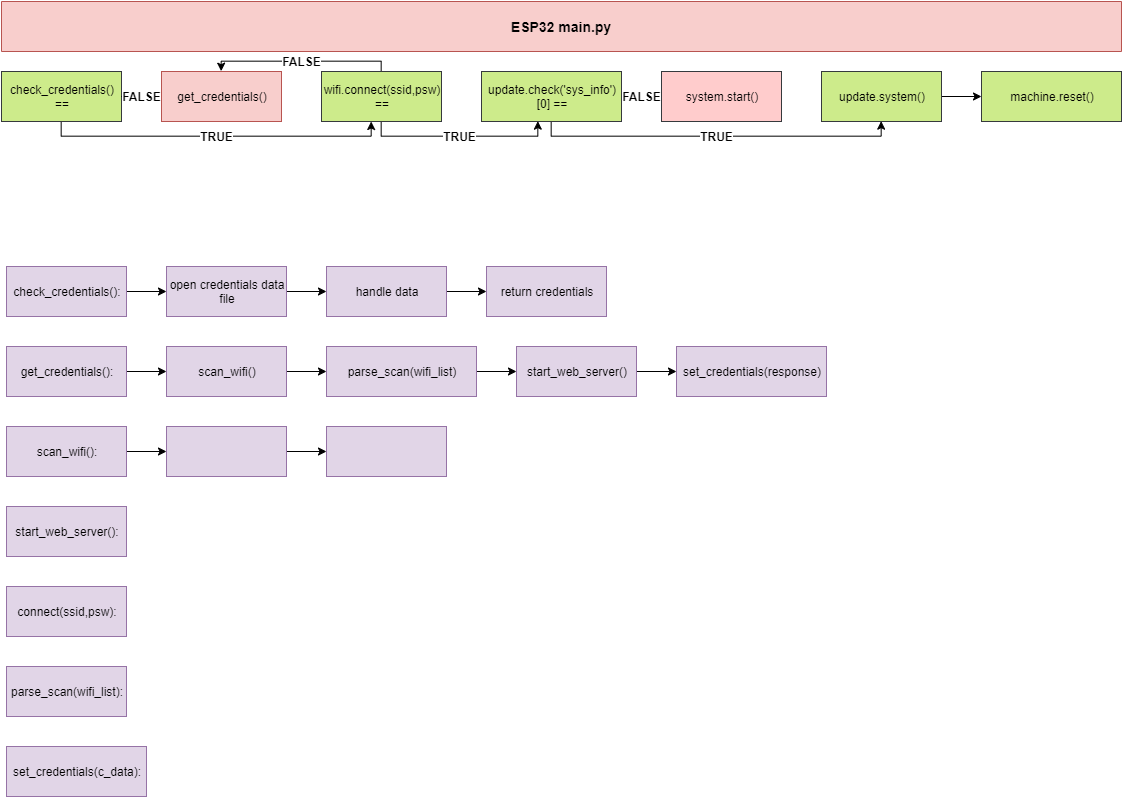
Before: img/esp_structure.png, a diagram exported from draw.io (marsex/esp_structure). Source tidied: cells renumbered, new cells last; positions are measured from the earlier drawing's top-left corner, leaving out a move shared by most shapes.
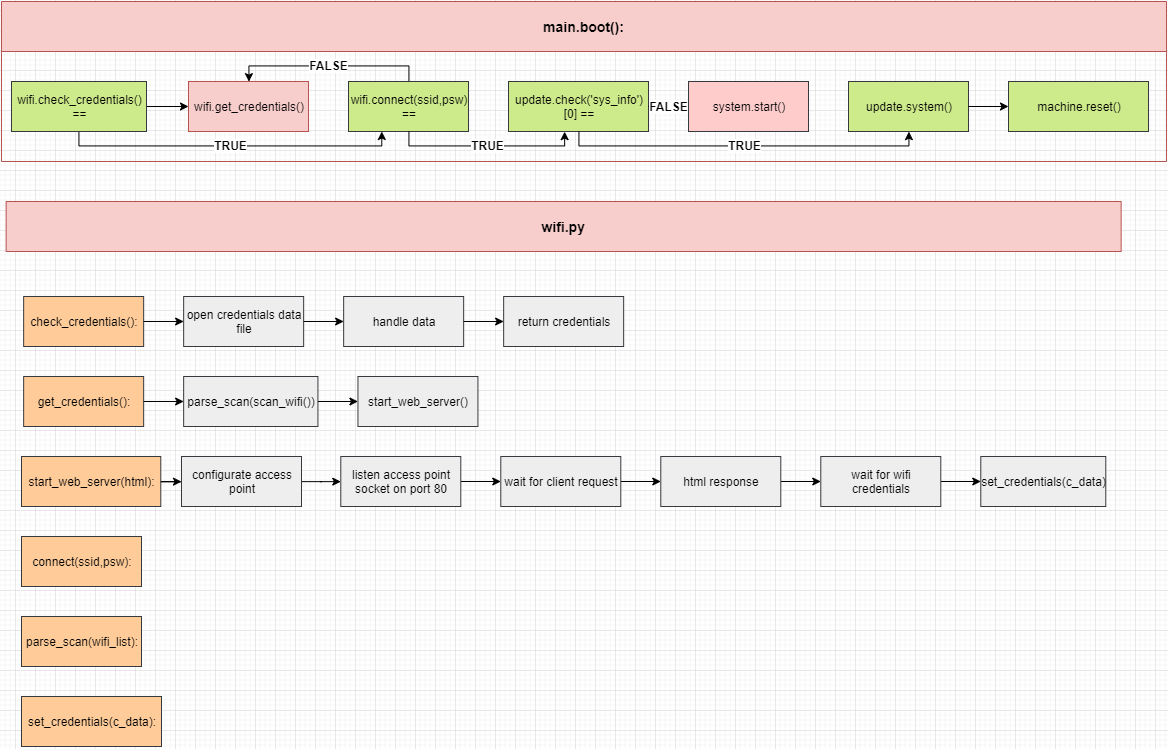
The same diagram one commit later.

What changed in the source:
```diff
@@ -2,148 +2,160 @@
   <root>
     <mxCell id="0" />
     <mxCell id="1" parent="0" />
-    <mxCell id="2" value="ESP32 main.py" style="swimlane;strokeColor=#b85450;fillColor=#f8cecc;fontSize=14;startSize=50;flipH=1;" parent="1" vertex="1">
-      <mxGeometry width="1120" height="50" as="geometry" />
+    <mxCell id="2" value="main.boot():" style="swimlane;strokeColor=#b85450;fillColor=#f8cecc;fontSize=14;startSize=50;flipH=1;" parent="1" vertex="1">
+      <mxGeometry x="-230" y="-45" width="1165" height="160" as="geometry" />
     </mxCell>
-    <mxCell id="3" value="get_credentials()" style="rounded=0;whiteSpace=wrap;html=1;fillColor=#f8cecc;strokeColor=#b85450;" parent="1" vertex="1">
-      <mxGeometry x="160" y="70" width="120" height="50" as="geometry" />
+    <mxCell id="3" value="wifi.get_credentials()" style="rounded=0;whiteSpace=wrap;html=1;fillColor=#f8cecc;strokeColor=#b85450;" parent="2" vertex="1">
+      <mxGeometry x="187" y="80" width="120" height="50" as="geometry" />
     </mxCell>
-    <mxCell id="4" value="&lt;b&gt;FALSE&lt;/b&gt;" style="edgeStyle=orthogonalEdgeStyle;rounded=0;jettySize=auto;html=1;exitX=0.5;exitY=0;exitDx=0;exitDy=0;entryX=0.5;entryY=0;entryDx=0;entryDy=0;fontSize=12;fontColor=#000000;" parent="1" edge="1" source="6" target="3">
+    <mxCell id="4" value="&lt;b&gt;FALSE&lt;/b&gt;" style="edgeStyle=orthogonalEdgeStyle;rounded=0;jettySize=auto;html=1;exitX=0.5;exitY=0;exitDx=0;exitDy=0;entryX=0.5;entryY=0;entryDx=0;entryDy=0;fontSize=12;fontColor=#000000;" parent="2" edge="1" source="6" target="3">
       <mxGeometry relative="1" as="geometry">
         <Array as="points">
-          <mxPoint x="380" y="60" />
-          <mxPoint x="220" y="60" />
+          <mxPoint x="407" y="65" />
+          <mxPoint x="247" y="65" />
         </Array>
       </mxGeometry>
     </mxCell>
+    <mxCell id="6" value="wifi.connect(ssid,psw)&lt;br&gt;==" style="rounded=0;whiteSpace=wrap;html=1;fillColor=#cdeb8b;strokeColor=#36393d;" parent="2" vertex="1">
+      <mxGeometry x="347" y="80" width="120" height="50" as="geometry" />
+    </mxCell>
+    <mxCell id="10" value="update.check('sys_info')[0] ==" style="rounded=0;whiteSpace=wrap;html=1;fillColor=#cdeb8b;strokeColor=#36393d;" parent="2" vertex="1">
+      <mxGeometry x="507" y="80" width="140" height="50" as="geometry" />
+    </mxCell>
-    <mxCell id="5" value="&lt;b&gt;TRUE&lt;/b&gt;" style="edgeStyle=orthogonalEdgeStyle;rounded=0;jettySize=auto;html=1;exitX=0.5;exitY=1;exitDx=0;exitDy=0;entryX=0.404;entryY=1;entryDx=0;entryDy=0;fontSize=12;fontColor=#000000;entryPerimeter=0;" parent="1" edge="1" source="6" target="10">
+    <mxCell id="5" value="&lt;b&gt;TRUE&lt;/b&gt;" style="edgeStyle=orthogonalEdgeStyle;rounded=0;jettySize=auto;html=1;exitX=0.5;exitY=1;exitDx=0;exitDy=0;entryX=0.404;entryY=1;entryDx=0;entryDy=0;fontSize=12;fontColor=#000000;entryPerimeter=0;" parent="2" edge="1" source="6" target="10">
       <mxGeometry relative="1" as="geometry">
         <Array as="points">
-          <mxPoint x="380" y="135" />
-          <mxPoint x="537" y="135" />
+          <mxPoint x="407" y="145" />
+          <mxPoint x="564" y="145" />
         </Array>
       </mxGeometry>
     </mxCell>
-    <mxCell id="6" value="wifi.connect(ssid,psw)&lt;br&gt;==" style="rounded=0;whiteSpace=wrap;html=1;fillColor=#cdeb8b;strokeColor=#36393d;" parent="1" vertex="1">
-      <mxGeometry x="320" y="70" width="120" height="50" as="geometry" />
-    </mxCell>
-    <mxCell id="7" value="TRUE" style="edgeStyle=orthogonalEdgeStyle;rounded=0;jettySize=auto;html=1;exitX=0.5;exitY=1;exitDx=0;exitDy=0;entryX=0.5;entryY=1;entryDx=0;entryDy=0;fontSize=12;fontColor=#000000;fontStyle=1;" parent="1" edge="1" source="10" target="13">
-      <mxGeometry relative="1" as="geometry">
-        <Array as="points">
-          <mxPoint x="550" y="135" />
-          <mxPoint x="880" y="135" />
-        </Array>
-      </mxGeometry>
-    </mxCell>
+    <mxCell id="11" value="system.start()" style="rounded=0;whiteSpace=wrap;html=1;fillColor=#ffcccc;strokeColor=#36393d;" parent="2" vertex="1">
+      <mxGeometry x="687" y="80" width="120" height="50" as="geometry" />
+    </mxCell>
-    <mxCell id="8" style="edgeStyle=orthogonalEdgeStyle;rounded=0;jettySize=auto;html=1;exitX=1;exitY=0.5;exitDx=0;exitDy=0;fontSize=12;fontColor=#000000;" parent="1" edge="1" source="10" target="11">
+    <mxCell id="8" style="edgeStyle=orthogonalEdgeStyle;rounded=0;jettySize=auto;html=1;exitX=1;exitY=0.5;exitDx=0;exitDy=0;fontSize=12;fontColor=#000000;" parent="2" edge="1" source="10" target="11">
       <mxGeometry relative="1" as="geometry" />
     </mxCell>
-    <mxCell id="9" value="&lt;b&gt;FALSE&lt;/b&gt;" style="edgeStyle=orthogonalEdgeStyle;rounded=0;jettySize=auto;html=1;fontSize=12;fontColor=#000000;" parent="1" edge="1" source="10" target="11">
+    <mxCell id="9" value="&lt;b&gt;FALSE&lt;/b&gt;" style="edgeStyle=orthogonalEdgeStyle;rounded=0;jettySize=auto;html=1;fontSize=12;fontColor=#000000;" parent="2" edge="1" source="10" target="11">
       <mxGeometry relative="1" as="geometry" />
     </mxCell>
-    <mxCell id="10" value="update.check('sys_info')[0] ==" style="rounded=0;whiteSpace=wrap;html=1;fillColor=#cdeb8b;strokeColor=#36393d;" parent="1" vertex="1">
-      <mxGeometry x="480" y="70" width="140" height="50" as="geometry" />
-    </mxCell>
-    <mxCell id="11" value="system.start()" style="rounded=0;whiteSpace=wrap;html=1;fillColor=#ffcccc;strokeColor=#36393d;" parent="1" vertex="1">
-      <mxGeometry x="660" y="70" width="120" height="50" as="geometry" />
-    </mxCell>
+    <mxCell id="13" value="update.system()" style="rounded=0;whiteSpace=wrap;html=1;fillColor=#cdeb8b;strokeColor=#36393d;" parent="2" vertex="1">
+      <mxGeometry x="847" y="80" width="120" height="50" as="geometry" />
+    </mxCell>
+    <mxCell id="7" value="TRUE" style="edgeStyle=orthogonalEdgeStyle;rounded=0;jettySize=auto;html=1;exitX=0.5;exitY=1;exitDx=0;exitDy=0;entryX=0.5;entryY=1;entryDx=0;entryDy=0;fontSize=12;fontColor=#000000;fontStyle=1;" parent="2" edge="1" source="10" target="13">
+      <mxGeometry relative="1" as="geometry">
+        <Array as="points">
+          <mxPoint x="577" y="145" />
+          <mxPoint x="907" y="145" />
+        </Array>
+      </mxGeometry>
+    </mxCell>
+    <mxCell id="14" value="machine.reset()" style="rounded=0;whiteSpace=wrap;html=1;fillColor=#cdeb8b;strokeColor=#36393d;" parent="2" vertex="1">
+      <mxGeometry x="1007" y="80" width="140" height="50" as="geometry" />
+    </mxCell>
-    <mxCell id="12" style="edgeStyle=orthogonalEdgeStyle;rounded=0;jettySize=auto;html=1;fontSize=12;fontColor=#000000;" parent="1" edge="1" source="13" target="14">
+    <mxCell id="12" style="edgeStyle=orthogonalEdgeStyle;rounded=0;jettySize=auto;html=1;fontSize=12;fontColor=#000000;" parent="2" edge="1" source="13" target="14">
       <mxGeometry relative="1" as="geometry" />
     </mxCell>
-    <mxCell id="13" value="update.system()" style="rounded=0;whiteSpace=wrap;html=1;fillColor=#cdeb8b;strokeColor=#36393d;" parent="1" vertex="1">
-      <mxGeometry x="820" y="70" width="120" height="50" as="geometry" />
-    </mxCell>
-    <mxCell id="14" value="machine.reset()" style="rounded=0;whiteSpace=wrap;html=1;fillColor=#cdeb8b;strokeColor=#36393d;" parent="1" vertex="1">
-      <mxGeometry x="980" y="70" width="140" height="50" as="geometry" />
-    </mxCell>
-    <mxCell id="15" value="TRUE" style="edgeStyle=orthogonalEdgeStyle;rounded=0;jettySize=auto;html=1;exitX=0.5;exitY=1;exitDx=0;exitDy=0;fontColor=#000000;fontStyle=1;fontSize=12;" parent="1" edge="1" source="16" target="6">
+    <mxCell id="15" value="TRUE" style="edgeStyle=orthogonalEdgeStyle;rounded=0;jettySize=auto;html=1;exitX=0.5;exitY=1;exitDx=0;exitDy=0;fontColor=#000000;fontStyle=1;fontSize=12;" parent="2" edge="1" source="16" target="6">
       <mxGeometry relative="1" as="geometry">
         <Array as="points">
-          <mxPoint x="60" y="135" />
-          <mxPoint x="370" y="135" />
+          <mxPoint x="77" y="145" />
+          <mxPoint x="380" y="145" />
         </Array>
       </mxGeometry>
     </mxCell>
+    <mxCell id="17" style="edgeStyle=orthogonalEdgeStyle;rounded=0;jettySize=auto;html=1;fontSize=12;fontColor=#000000;" parent="2" edge="1" source="16" target="3">
+      <mxGeometry relative="1" as="geometry" />
+    </mxCell>
-    <mxCell id="16" value="check_credentials() ==" style="rounded=0;whiteSpace=wrap;html=1;fillColor=#cdeb8b;strokeColor=#36393d;" parent="1" vertex="1">
-      <mxGeometry y="70" width="120" height="50" as="geometry" />
+    <mxCell id="16" value="wifi.check_credentials() ==" style="rounded=0;whiteSpace=wrap;html=1;fillColor=#cdeb8b;strokeColor=#36393d;" parent="2" vertex="1">
+      <mxGeometry x="10" y="80" width="135" height="50" as="geometry" />
     </mxCell>
-    <mxCell id="17" value="FALSE" style="edgeStyle=orthogonalEdgeStyle;rounded=0;jettySize=auto;html=1;fontStyle=1;fontSize=12;" parent="1" edge="1" source="16" target="3">
-      <mxGeometry relative="1" as="geometry" />
-    </mxCell>
+    <mxCell id="43" value="wifi.py" style="swimlane;strokeColor=#b85450;fillColor=#f8cecc;fontSize=14;startSize=50;flipH=1;" parent="1" vertex="1">
+      <mxGeometry x="-225.3" y="155" width="1115" height="50" as="geometry" />
+    </mxCell>
-    <mxCell id="18" value="start_web_server():" style="rounded=0;whiteSpace=wrap;html=1;fillColor=#e1d5e7;strokeColor=#9673a6;" parent="1" vertex="1">
-      <mxGeometry x="5" y="505" width="120" height="50" as="geometry" />
+    <mxCell id="18" value="start_web_server(html):" style="rounded=0;whiteSpace=wrap;html=1;fillColor=#ffcc99;strokeColor=#36393d;" parent="1" vertex="1">
+      <mxGeometry x="-210" y="410" width="139.3" height="50" as="geometry" />
     </mxCell>
+    <mxCell id="20" value="check_credentials():" style="rounded=0;whiteSpace=wrap;html=1;fillColor=#ffcc99;strokeColor=#36393d;" parent="1" vertex="1">
+      <mxGeometry x="-207.8" y="250" width="120" height="50" as="geometry" />
+    </mxCell>
+    <mxCell id="22" value="open credentials data file" style="rounded=0;whiteSpace=wrap;html=1;fillColor=#eeeeee;strokeColor=#36393d;" parent="1" vertex="1">
+      <mxGeometry x="-47.8" y="250" width="120" height="50" as="geometry" />
+    </mxCell>
     <mxCell id="19" style="edgeStyle=orthogonalEdgeStyle;rounded=0;jettySize=auto;html=1;fontColor=#000000;" parent="1" edge="1" source="20" target="22">
       <mxGeometry relative="1" as="geometry" />
     </mxCell>
-    <mxCell id="20" value="check_credentials():" style="rounded=0;whiteSpace=wrap;html=1;fillColor=#e1d5e7;strokeColor=#9673a6;" parent="1" vertex="1">
-      <mxGeometry x="5" y="265" width="120" height="50" as="geometry" />
-    </mxCell>
+    <mxCell id="24" value="handle data" style="rounded=0;whiteSpace=wrap;html=1;fillColor=#eeeeee;strokeColor=#36393d;" parent="1" vertex="1">
+      <mxGeometry x="112.1" y="250" width="120" height="50" as="geometry" />
+    </mxCell>
     <mxCell id="21" style="edgeStyle=orthogonalEdgeStyle;rounded=0;jettySize=auto;html=1;fontColor=#000000;" parent="1" edge="1" source="22" target="24">
       <mxGeometry relative="1" as="geometry" />
     </mxCell>
-    <mxCell id="22" value="open credentials data file" style="rounded=0;whiteSpace=wrap;html=1;fillColor=#e1d5e7;strokeColor=#9673a6;" parent="1" vertex="1">
-      <mxGeometry x="165" y="265" width="120" height="50" as="geometry" />
-    </mxCell>
+    <mxCell id="25" value="return credentials" style="rounded=0;whiteSpace=wrap;html=1;fillColor=#eeeeee;strokeColor=#36393d;" parent="1" vertex="1">
+      <mxGeometry x="272.2" y="250" width="120" height="50" as="geometry" />
+    </mxCell>
     <mxCell id="23" style="edgeStyle=orthogonalEdgeStyle;rounded=0;jettySize=auto;html=1;exitX=1;exitY=0.5;exitDx=0;exitDy=0;entryX=0;entryY=0.5;entryDx=0;entryDy=0;fontColor=#000000;" parent="1" edge="1" source="24" target="25">
       <mxGeometry relative="1" as="geometry" />
     </mxCell>
-    <mxCell id="24" value="handle data" style="rounded=0;whiteSpace=wrap;html=1;fillColor=#e1d5e7;strokeColor=#9673a6;" parent="1" vertex="1">
-      <mxGeometry x="325" y="265" width="120" height="50" as="geometry" />
-    </mxCell>
-    <mxCell id="25" value="return credentials" style="rounded=0;whiteSpace=wrap;html=1;fillColor=#e1d5e7;strokeColor=#9673a6;" parent="1" vertex="1">
-      <mxGeometry x="485" y="265" width="120" height="50" as="geometry" />
-    </mxCell>
-    <mxCell id="26" style="edgeStyle=orthogonalEdgeStyle;rounded=0;jettySize=auto;html=1;fontColor=#000000;" parent="1" edge="1" source="27" target="29">
-      <mxGeometry relative="1" as="geometry" />
-    </mxCell>
-    <mxCell id="27" value="scan_wifi():" style="rounded=0;whiteSpace=wrap;html=1;fillColor=#e1d5e7;strokeColor=#9673a6;" parent="1" vertex="1">
-      <mxGeometry x="5" y="425" width="120" height="50" as="geometry" />
-    </mxCell>
-    <mxCell id="28" style="edgeStyle=orthogonalEdgeStyle;rounded=0;jettySize=auto;html=1;fontColor=#000000;" parent="1" edge="1" source="29" target="30">
-      <mxGeometry relative="1" as="geometry" />
-    </mxCell>
-    <mxCell id="29" style="rounded=0;whiteSpace=wrap;html=1;fillColor=#e1d5e7;strokeColor=#9673a6;" parent="1" vertex="1">
-      <mxGeometry x="165" y="425" width="120" height="50" as="geometry" />
-    </mxCell>
-    <mxCell id="30" style="rounded=0;whiteSpace=wrap;html=1;fillColor=#e1d5e7;strokeColor=#9673a6;" parent="1" vertex="1">
-      <mxGeometry x="325" y="425" width="120" height="50" as="geometry" />
-    </mxCell>
+    <mxCell id="32" value="get_credentials():" style="rounded=0;whiteSpace=wrap;html=1;fillColor=#ffcc99;strokeColor=#36393d;" parent="1" vertex="1">
+      <mxGeometry x="-207.8" y="330" width="120" height="50" as="geometry" />
+    </mxCell>
+    <mxCell id="34" value="parse_scan(scan_wifi())" style="rounded=0;whiteSpace=wrap;html=1;fillColor=#eeeeee;strokeColor=#36393d;" parent="1" vertex="1">
+      <mxGeometry x="-47.8" y="330" width="134.3" height="50" as="geometry" />
+    </mxCell>
     <mxCell id="31" style="edgeStyle=orthogonalEdgeStyle;rounded=0;jettySize=auto;html=1;fontColor=#000000;" parent="1" edge="1" source="32" target="34">
       <mxGeometry relative="1" as="geometry" />
     </mxCell>
-    <mxCell id="32" value="get_credentials():" style="rounded=0;whiteSpace=wrap;html=1;fillColor=#e1d5e7;strokeColor=#9673a6;" parent="1" vertex="1">
-      <mxGeometry x="5" y="345" width="120" height="50" as="geometry" />
-    </mxCell>
-    <mxCell id="33" style="edgeStyle=orthogonalEdgeStyle;rounded=0;jettySize=auto;html=1;fontColor=#000000;" parent="1" edge="1" source="34" target="36">
-      <mxGeometry relative="1" as="geometry" />
-    </mxCell>
-    <mxCell id="34" value="scan_wifi()" style="rounded=0;whiteSpace=wrap;html=1;fillColor=#e1d5e7;strokeColor=#9673a6;" parent="1" vertex="1">
-      <mxGeometry x="165" y="345" width="120" height="50" as="geometry" />
-    </mxCell>
-    <mxCell id="35" style="edgeStyle=orthogonalEdgeStyle;rounded=0;jettySize=auto;html=1;fontColor=#000000;" parent="1" edge="1" source="36" target="38">
-      <mxGeometry relative="1" as="geometry" />
-    </mxCell>
-    <mxCell id="36" value="parse_scan(wifi_list)" style="rounded=0;whiteSpace=wrap;html=1;fillColor=#e1d5e7;strokeColor=#9673a6;" parent="1" vertex="1">
-      <mxGeometry x="325" y="345" width="150" height="50" as="geometry" />
-    </mxCell>
-    <mxCell id="37" style="edgeStyle=orthogonalEdgeStyle;rounded=0;jettySize=auto;html=1;fontSize=12;fontColor=#000000;" parent="1" edge="1" source="38" target="39">
-      <mxGeometry relative="1" as="geometry" />
-    </mxCell>
-    <mxCell id="38" value="start_web_server()" style="rounded=0;whiteSpace=wrap;html=1;fillColor=#e1d5e7;strokeColor=#9673a6;" parent="1" vertex="1">
-      <mxGeometry x="515" y="345" width="120" height="50" as="geometry" />
-    </mxCell>
-    <mxCell id="39" value="set_credentials(response)" style="rounded=0;whiteSpace=wrap;html=1;fillColor=#e1d5e7;strokeColor=#9673a6;" parent="1" vertex="1">
-      <mxGeometry x="675" y="345" width="150" height="50" as="geometry" />
-    </mxCell>
-    <mxCell id="40" value="connect(ssid,psw):" style="rounded=0;whiteSpace=wrap;html=1;fillColor=#e1d5e7;strokeColor=#9673a6;" parent="1" vertex="1">
-      <mxGeometry x="5" y="585" width="120" height="50" as="geometry" />
+    <mxCell id="40" value="connect(ssid,psw):" style="rounded=0;whiteSpace=wrap;html=1;fillColor=#ffcc99;strokeColor=#36393d;" parent="1" vertex="1">
+      <mxGeometry x="-210" y="490" width="120" height="50" as="geometry" />
     </mxCell>
-    <mxCell id="41" value="parse_scan(wifi_list):" style="rounded=0;whiteSpace=wrap;html=1;fillColor=#e1d5e7;strokeColor=#9673a6;" parent="1" vertex="1">
-      <mxGeometry x="5" y="665" width="120" height="50" as="geometry" />
+    <mxCell id="41" value="parse_scan(wifi_list):" style="rounded=0;whiteSpace=wrap;html=1;fillColor=#ffcc99;strokeColor=#36393d;" parent="1" vertex="1">
+      <mxGeometry x="-210" y="570" width="120" height="50" as="geometry" />
     </mxCell>
-    <mxCell id="42" value="set_credentials(c_data):" style="rounded=0;whiteSpace=wrap;html=1;fillColor=#e1d5e7;strokeColor=#9673a6;" parent="1" vertex="1">
-      <mxGeometry x="5" y="745" width="140" height="50" as="geometry" />
+    <mxCell id="42" value="set_credentials(c_data):" style="rounded=0;whiteSpace=wrap;html=1;fillColor=#ffcc99;strokeColor=#36393d;" parent="1" vertex="1">
+      <mxGeometry x="-210" y="650" width="140" height="50" as="geometry" />
     </mxCell>
+    <mxCell id="44" style="edgeStyle=orthogonalEdgeStyle;rounded=0;jettySize=auto;html=1;fontSize=12;fontColor=#000000;" parent="1" edge="1" source="45" target="46">
+      <mxGeometry relative="1" as="geometry" />
+    </mxCell>
+    <mxCell id="45" value="wait for wifi credentials" style="rounded=0;whiteSpace=wrap;html=1;fillColor=#eeeeee;strokeColor=#36393d;" parent="1" vertex="1">
+      <mxGeometry x="589.3" y="410" width="120" height="50" as="geometry" />
+    </mxCell>
+    <mxCell id="46" value="set_credentials(c_data)" style="rounded=0;whiteSpace=wrap;html=1;fillColor=#eeeeee;strokeColor=#36393d;" parent="1" vertex="1">
+      <mxGeometry x="749.3" y="410" width="125" height="50" as="geometry" />
+    </mxCell>
+    <mxCell id="38" value="start_web_server()" style="rounded=0;whiteSpace=wrap;html=1;fillColor=#eeeeee;strokeColor=#36393d;" parent="1" vertex="1">
+      <mxGeometry x="126.4" y="330" width="120" height="50" as="geometry" />
+    </mxCell>
+    <mxCell id="47" style="edgeStyle=orthogonalEdgeStyle;rounded=0;jettySize=auto;html=1;exitX=1;exitY=0.5;exitDx=0;exitDy=0;entryX=0;entryY=0.5;entryDx=0;entryDy=0;fontSize=12;fontColor=#000000;" parent="1" edge="1" source="34" target="38">
+      <mxGeometry relative="1" as="geometry" />
+    </mxCell>
+    <mxCell id="48" style="edgeStyle=orthogonalEdgeStyle;rounded=0;jettySize=auto;html=1;fontSize=12;fontColor=#000000;" parent="1" edge="1" source="49" target="51">
+      <mxGeometry relative="1" as="geometry" />
+    </mxCell>
+    <mxCell id="49" value="configurate access point" style="rounded=0;whiteSpace=wrap;html=1;fillColor=#eeeeee;strokeColor=#36393d;" parent="1" vertex="1">
+      <mxGeometry x="-50" y="410" width="120" height="50" as="geometry" />
+    </mxCell>
+    <mxCell id="50" style="edgeStyle=orthogonalEdgeStyle;rounded=0;jettySize=auto;html=1;fontSize=12;fontColor=#000000;" parent="1" edge="1" source="51" target="53">
+      <mxGeometry relative="1" as="geometry" />
+    </mxCell>
+    <mxCell id="51" value="listen access point socket on port 80" style="rounded=0;whiteSpace=wrap;html=1;fillColor=#eeeeee;strokeColor=#36393d;" parent="1" vertex="1">
+      <mxGeometry x="109.3" y="410" width="120" height="50" as="geometry" />
+    </mxCell>
+    <mxCell id="52" style="edgeStyle=orthogonalEdgeStyle;rounded=0;jettySize=auto;html=1;fontSize=12;fontColor=#000000;" parent="1" edge="1" source="53" target="55">
+      <mxGeometry relative="1" as="geometry" />
+    </mxCell>
+    <mxCell id="53" value="wait for client request" style="rounded=0;whiteSpace=wrap;html=1;fillColor=#eeeeee;strokeColor=#36393d;" parent="1" vertex="1">
+      <mxGeometry x="269.3" y="410" width="120" height="50" as="geometry" />
+    </mxCell>
+    <mxCell id="54" style="edgeStyle=orthogonalEdgeStyle;rounded=0;jettySize=auto;html=1;fontSize=12;fontColor=#000000;" parent="1" edge="1" source="55" target="45">
+      <mxGeometry relative="1" as="geometry" />
+    </mxCell>
+    <mxCell id="55" value="html response" style="rounded=0;whiteSpace=wrap;html=1;fillColor=#eeeeee;strokeColor=#36393d;" parent="1" vertex="1">
+      <mxGeometry x="429.3" y="410" width="120" height="50" as="geometry" />
+    </mxCell>
+    <mxCell id="56" style="edgeStyle=orthogonalEdgeStyle;rounded=0;jettySize=auto;html=1;fontSize=12;fontColor=#000000;" parent="1" edge="1" source="18" target="49">
+      <mxGeometry relative="1" as="geometry" />
+    </mxCell>
   </root>
 </mxGraphModel>
```
